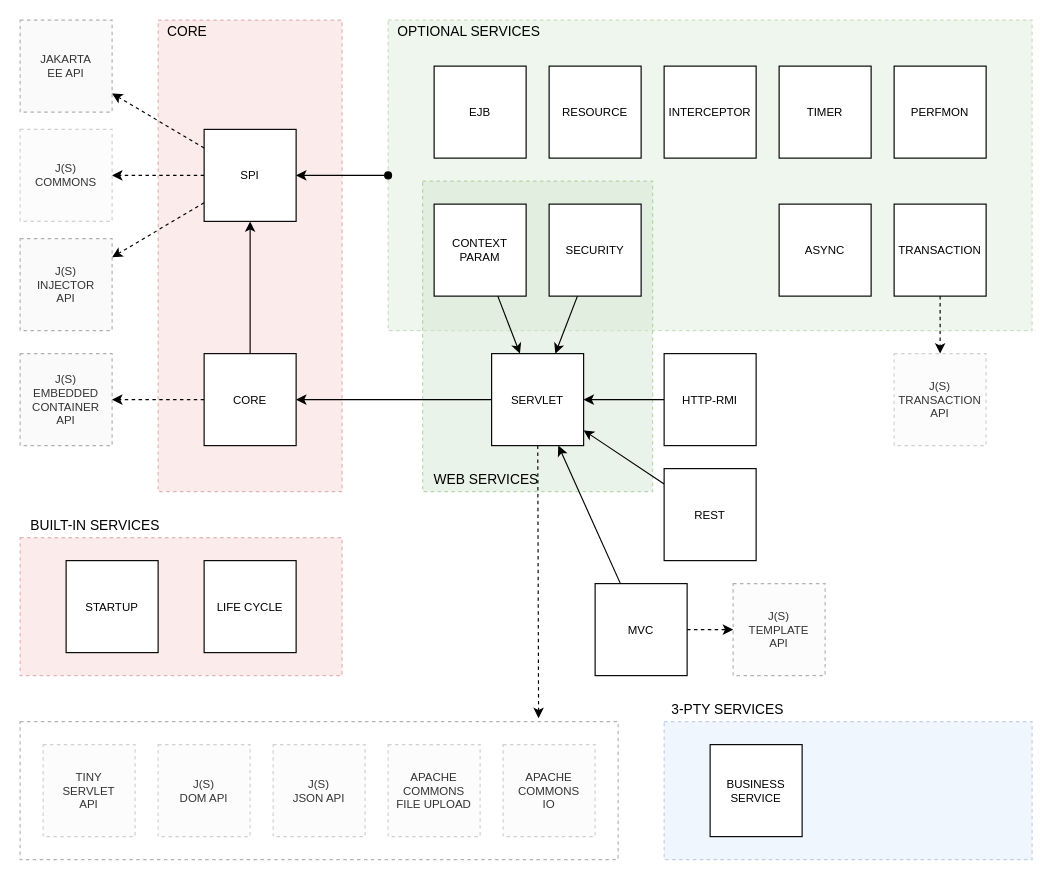
Above: page "Container Architecture" (5 of 15) of docs/container.drawio in js-lib-com/tiny-container (draw.io), before the change. Source tidied: cells renumbered, new cells numbered last; positions are measured from the earlier drawing's top-left corner, leaving out a move shared by most shapes. Both pictures are drawn from the tidied source at 115%, with x=0, y=0 at pixel (20, 20).
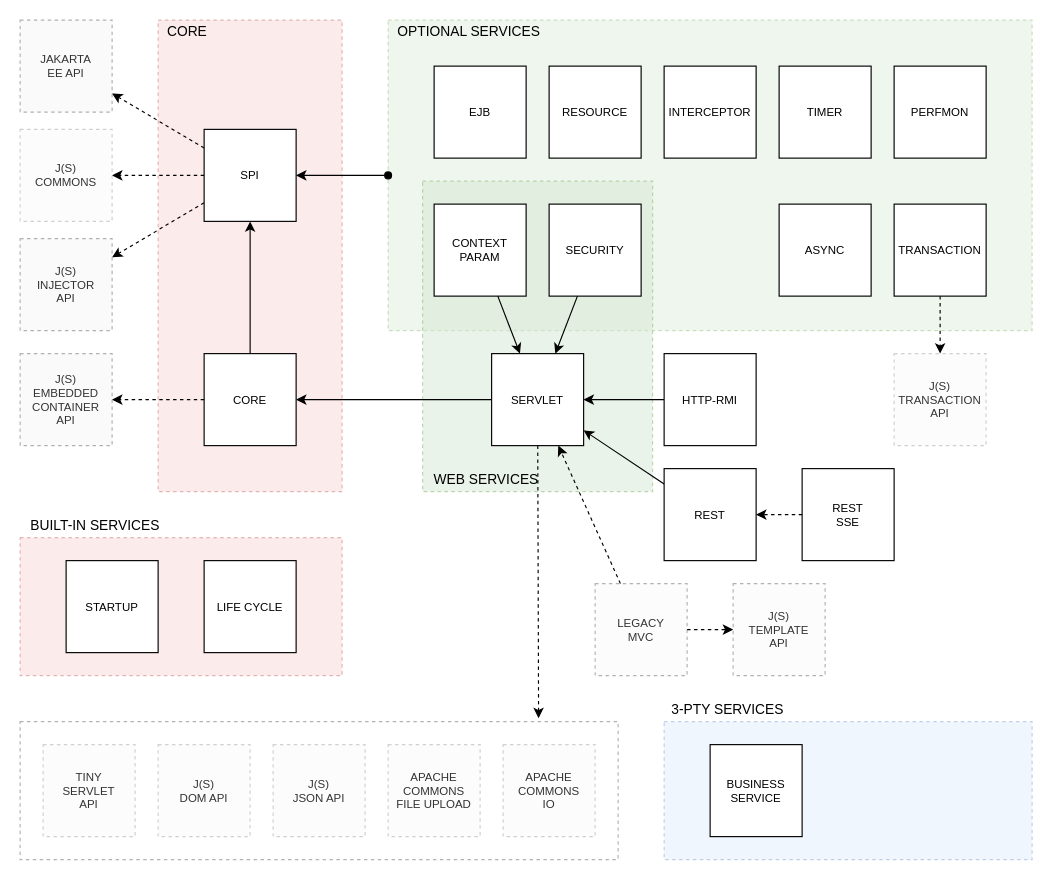
The same page after the edit.

Commit message (it also covers changes not shown here):
Update container architecture diagram.

Unchanged cells that the change refers to:
```xml
<mxCell id="30" value="SERVLET" style="whiteSpace=wrap;html=1;fontSize=10;" parent="1" vertex="1">
  <mxGeometry x="410" y="290" width="80" height="80" as="geometry" />
</mxCell>
<mxCell id="56" value="REST" style="whiteSpace=wrap;html=1;fontSize=10;" parent="1" vertex="1">
  <mxGeometry x="560" y="390" width="80" height="80" as="geometry" />
</mxCell>
```

The edit, as a diff of the source:
```diff
@@
-    <mxCell id="15" style="edgeStyle=none;rounded=0;jettySize=auto;html=1;fontSize=10;" parent="1" edge="1" source="17" target="30">
+    <mxCell id="15" style="edgeStyle=none;rounded=0;jettySize=auto;html=1;fontSize=10;dashed=1;" parent="1" edge="1" source="17" target="30">
       <mxGeometry relative="1" as="geometry" />
     </mxCell>
@@
-    <mxCell id="17" value="MVC" style="whiteSpace=wrap;html=1;fontSize=10;" parent="1" vertex="1">
+    <mxCell id="17" value="LEGACY&lt;br&gt;MVC" style="whiteSpace=wrap;html=1;fontSize=10;dashed=1;opacity=30;fillColor=#f5f5f5;fontColor=#333333;strokeColor=default;" parent="1" vertex="1">
       <mxGeometry x="500" y="490" width="80" height="80" as="geometry" />
     </mxCell>
@@
+    <mxCell id="57" style="edgeStyle=orthogonalEdgeStyle;rounded=0;jettySize=auto;html=1;dashed=1;" parent="1" edge="1" source="58" target="56">
+      <mxGeometry relative="1" as="geometry" />
+    </mxCell>
+    <mxCell id="58" value="REST&lt;br&gt;SSE" style="whiteSpace=wrap;html=1;fontSize=10;" parent="1" vertex="1">
+      <mxGeometry x="680" y="390" width="80" height="80" as="geometry" />
+    </mxCell>
```
